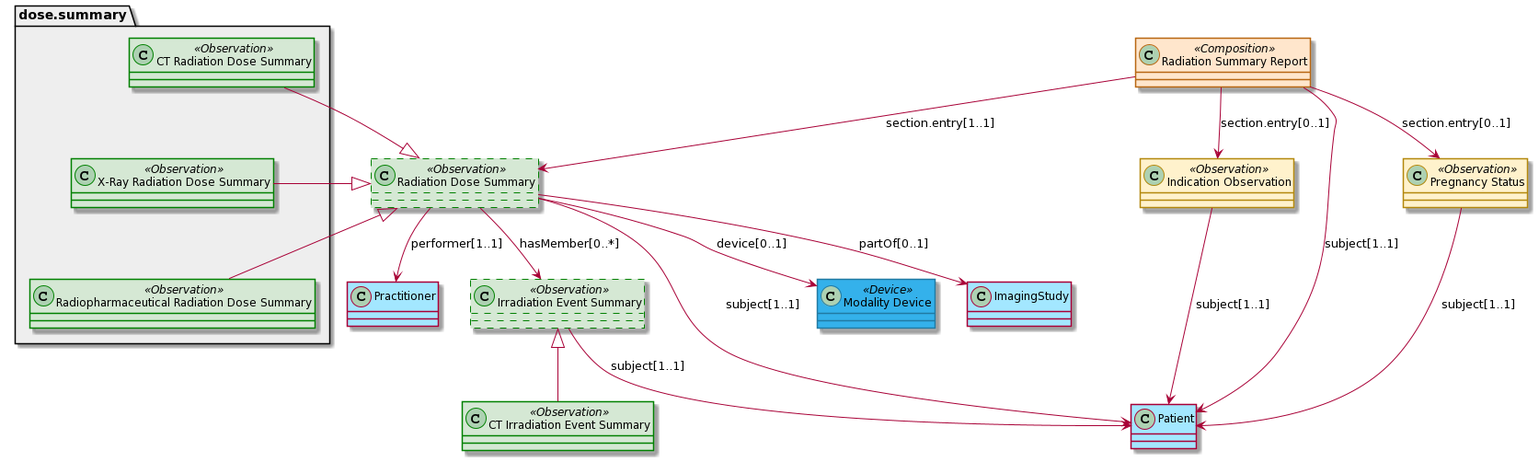
Before: input/images/archi.png, a diagram exported from PlantUML (HL7/fhir-radiation-dose-summary-ig).
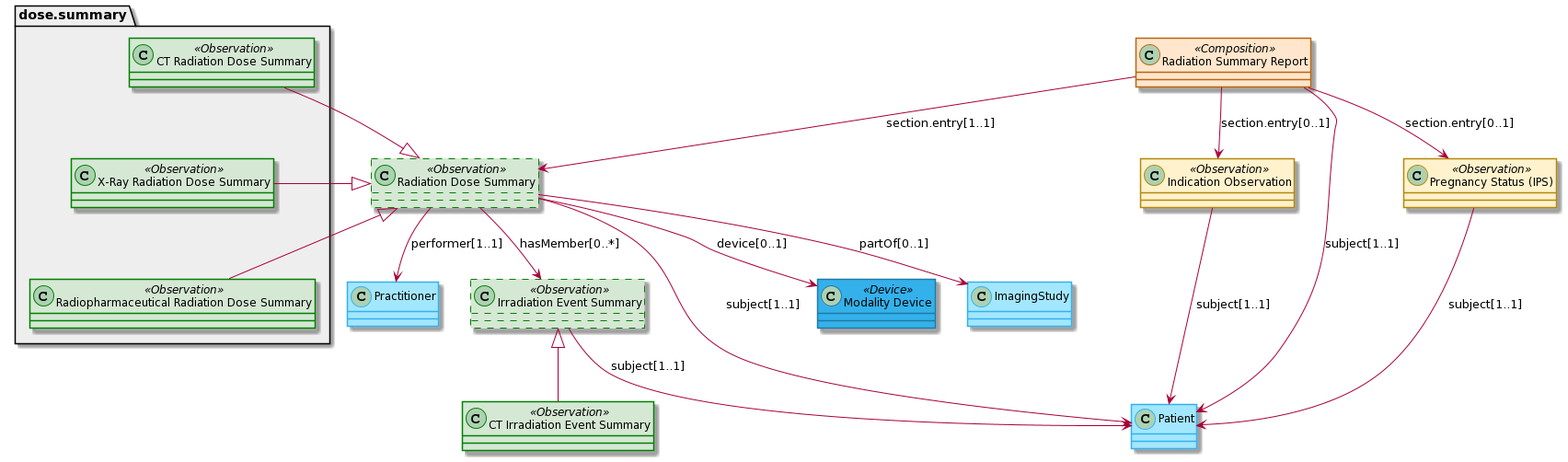
After the change.

Commit message:
use IPS pregnancy status

Change to the diagram source:
```diff
@@ -1,14 +1,14 @@
 @startuml
 class "Radiation Summary Report" as RSR <<Composition>> #ffe6cc ##b86611
 class "Radiation Dose Summary" as DoseSummary <<Observation>> #d5e8d4 ##[dashed]green
-class "Pregnancy Status" as PregnancyStatus <<Observation>> #fff2cc ##b3880c
+class "Pregnancy Status (IPS)" as PregnancyStatus <<Observation>> #fff2cc ##b3880c
 class "Indication Observation" as Indication <<Observation>> #fff2cc ##b3880c
 class "Modality Device" as Modality <<Device>> #34b1eb ##217aa3
 class "Irradiation Event Summary" as IrradiationEvent <<Observation>> #d5e8d4 ##[dashed]green
 class "CT Irradiation Event Summary" as CTIrradiationEvent <<Observation>> #d5e8d4 ##green
-class "ImagingStudy" as ImagingStudy #a3e7ff
-class "Patient" as Patient #a3e7ff
-class "Practitioner" as Practitioner #a3e7ff
+class "ImagingStudy" as ImagingStudy #a3e7ff ##34b1eb
+class "Patient" as Patient #a3e7ff ##34b1eb
+class "Practitioner" as Practitioner #a3e7ff ##34b1eb
 namespace dose.summary #EEEEEE {
    class "CT Radiation Dose Summary" as CTDoseSummary <<Observation>> #d5e8d4 ##green
    class "X-Ray Radiation Dose Summary"  as XRayDoseSummary <<Observation>> #d5e8d4 ##green
```
